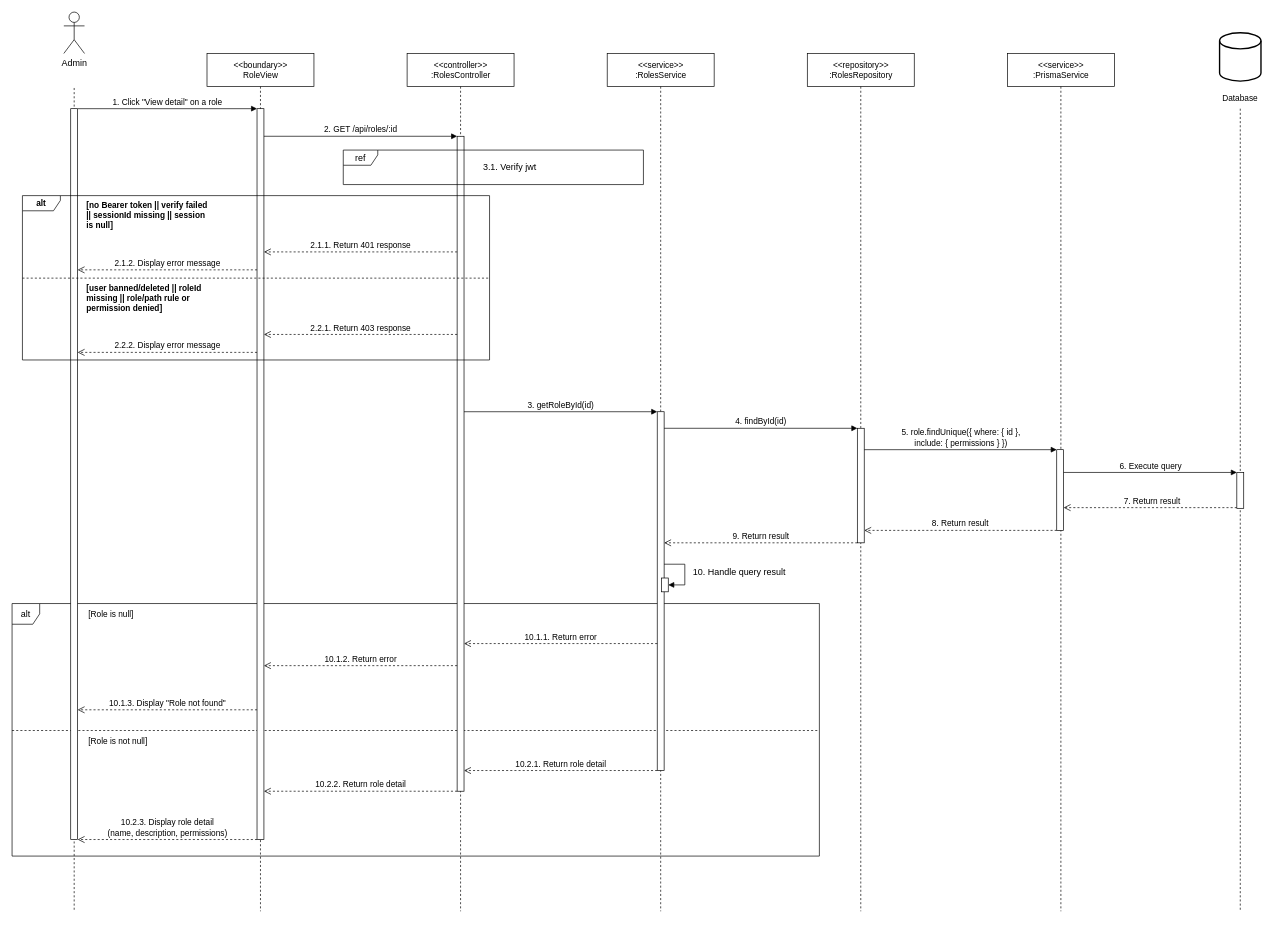
This is sequence-diagrams-remake/tthuan/UC-06_02-view-role-detail.drawio from Thunggg/Frevia, a draw.io file, before an edit. Source tidied: cells renumbered, new cells numbered last; positions are measured from the earlier drawing's top-left corner, leaving out a move shared by most shapes. Both pictures are drawn from the tidied source at 69%, with x=0, y=0 at pixel (12, 12).
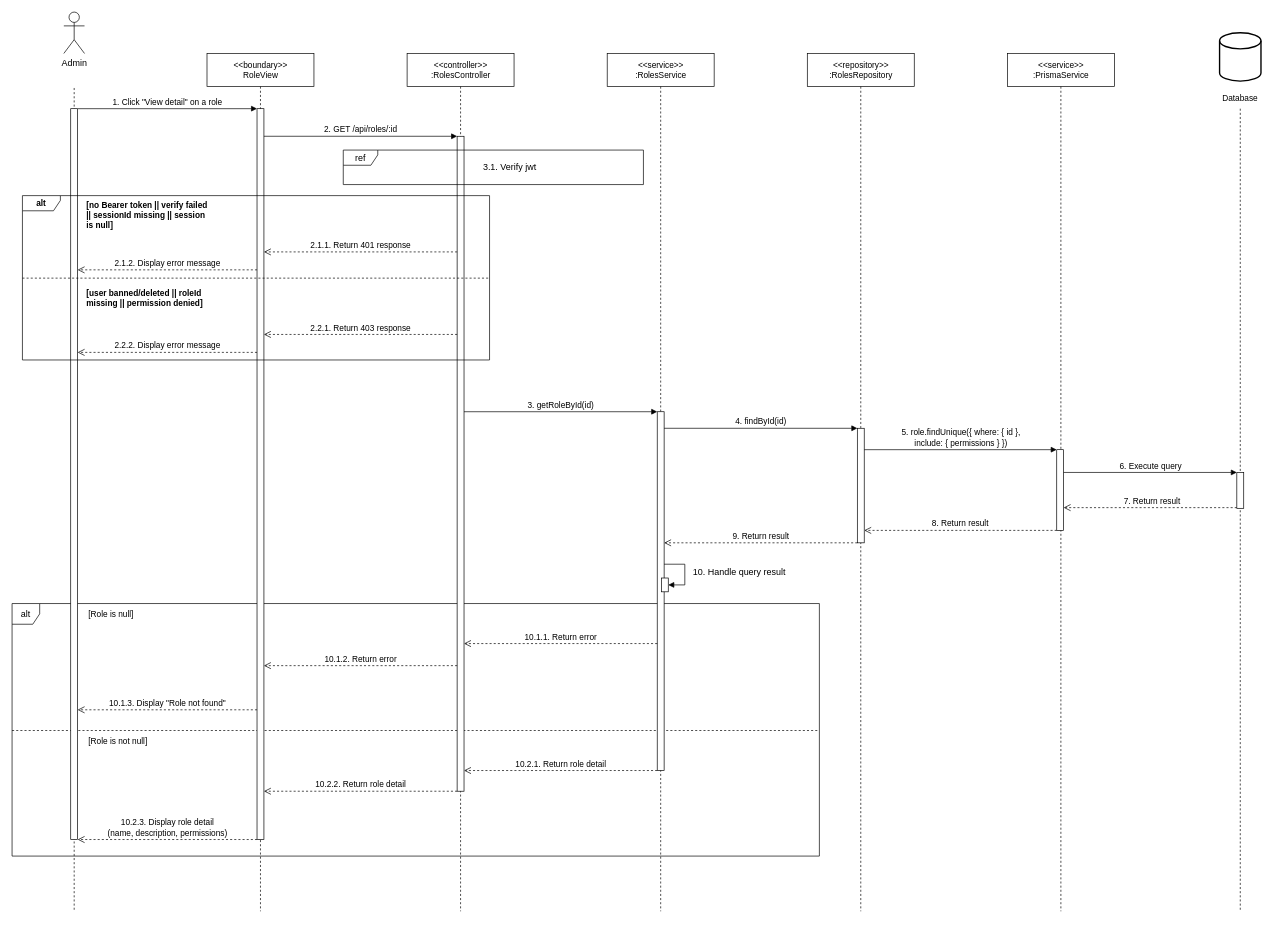
After the change.

Diff of the diagram source:
```diff
@@
-    <mxCell id="45" value="[user banned/deleted || roleId&lt;br&gt;missing || role/path rule or&lt;br&gt;permission denied]" style="text;html=1;verticalAlign=middle;strokeColor=none;fontStyle=1;fontSize=12;align=left;fillColor=none;labelBackgroundColor=none;" parent="1" vertex="1">
+    <mxCell id="45" value="[user banned/deleted || roleId&lt;br&gt;missing || permission denied]" style="text;html=1;verticalAlign=middle;strokeColor=none;fontStyle=1;fontSize=12;align=left;fillColor=none;labelBackgroundColor=none;" parent="1" vertex="1">
       <mxGeometry x="106" y="389.6" width="238" height="50.1" as="geometry" />
     </mxCell>
```
